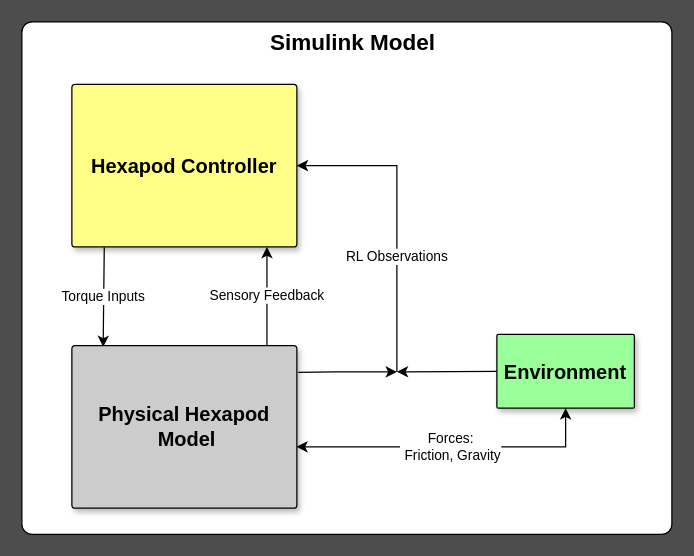
bastianklein612/Bachelor-Thesis keeps this draw.io diagram as documents/images/diagrams/HexapodModel_Overview.drawio. Above is the earlier version. Source tidied: cells renumbered, new cells numbered last; positions are measured from the earlier drawing's top-left corner, leaving out a move shared by most shapes. Both pictures are drawn from the tidied source at 125%, with x=0, y=0 at pixel (21, 21).
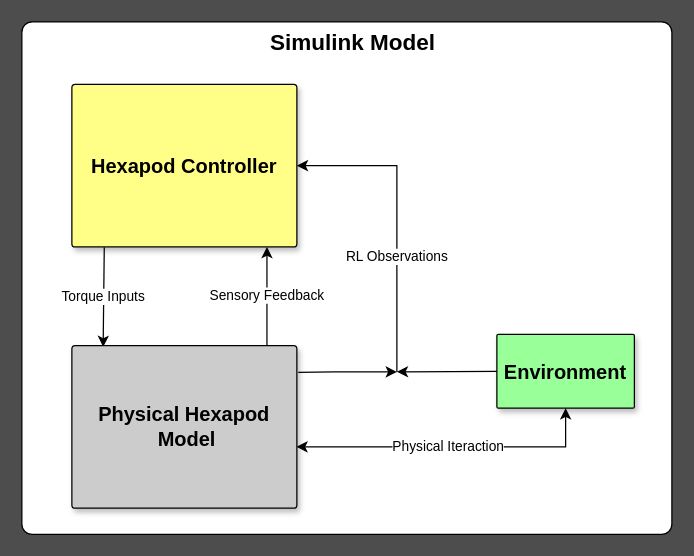
The same page after the edit.

Diff of the diagram source:
```diff
@@
 <mxGraphModel background="#4D4D4D">
   <root>
     <mxCell id="0" />
     <mxCell id="1" parent="0" />
     <mxCell id="2" value="&lt;font style=&quot;font-size: 18px;&quot;&gt;&amp;nbsp; Simulink Model&lt;/font&gt;" style="rounded=1;whiteSpace=wrap;html=1;align=center;verticalAlign=top;arcSize=2;fontStyle=1;labelBackgroundColor=none;fontColor=#000000;strokeColor=#000000;" parent="1" vertex="1">
       <mxGeometry width="520" height="410" as="geometry" />
     </mxCell>
     <mxCell id="3" value="Environment&lt;br style=&quot;font-size: 16px;&quot;&gt;" style="rounded=1;whiteSpace=wrap;html=1;align=center;verticalAlign=middle;arcSize=2;fontStyle=1;glass=0;shadow=1;fontSize=16;fontColor=#000000;strokeColor=#000000;fillColor=#99FF99;" parent="1" vertex="1">
       <mxGeometry x="380" y="250" width="110" height="59" as="geometry" />
     </mxCell>
     <mxCell id="4" value="Hexapod Controller" style="rounded=1;whiteSpace=wrap;html=1;align=center;verticalAlign=middle;arcSize=2;fontStyle=1;shadow=1;fontSize=16;fillColor=#FFFF88;fontColor=#000000;strokeColor=#000000;" parent="1" vertex="1">
       <mxGeometry x="40" y="50" width="180" height="130" as="geometry" />
     </mxCell>
-    <mxCell id="5" value="Forces:&lt;br&gt;&amp;nbsp;Friction, Gravity" style="endArrow=classic;startArrow=classic;html=1;rounded=0;exitX=0.998;exitY=0.623;exitDx=0;exitDy=0;entryX=0.5;entryY=1;entryDx=0;entryDy=0;verticalAlign=middle;align=center;exitPerimeter=0;fontColor=#000000;" parent="1" edge="1" source="8" target="3">
-      <mxGeometry relative="1" as="geometry">
+    <mxCell id="5" value="Physical Iteraction" style="endArrow=classic;startArrow=classic;html=1;rounded=0;exitX=0.998;exitY=0.623;exitDx=0;exitDy=0;entryX=0.5;entryY=1;entryDx=0;entryDy=0;verticalAlign=middle;align=center;exitPerimeter=0;fontColor=#000000;" parent="1" edge="1" source="8" target="3">
+      <mxGeometry x="-0.02" relative="1" as="geometry">
         <Array as="points">
           <mxPoint x="305" y="340" />
           <mxPoint x="435" y="340" />
         </Array>
       </mxGeometry>
     </mxCell>
     <mxCell id="6" value="Torque Inputs" style="endArrow=classic;html=1;rounded=0;entryX=0.139;entryY=0.008;entryDx=0;entryDy=0;exitX=0.144;exitY=1.002;exitDx=0;exitDy=0;align=center;entryPerimeter=0;exitPerimeter=0;fontColor=#000000;" parent="1" edge="1" source="4" target="8">
       <mxGeometry relative="1" as="geometry" />
     </mxCell>
     <mxCell id="7" value="Sensory Feedback&lt;br&gt;" style="endArrow=classic;html=1;rounded=0;entryX=0.867;entryY=1;entryDx=0;entryDy=0;exitX=0.867;exitY=0.003;exitDx=0;exitDy=0;align=center;entryPerimeter=0;exitPerimeter=0;fontColor=#000000;" parent="1" edge="1" source="8" target="4">
       <mxGeometry relative="1" as="geometry" />
     </mxCell>
     <mxCell id="8" value="Physical Hexapod&lt;br style=&quot;font-size: 16px;&quot;&gt;&amp;nbsp;Model" style="rounded=1;whiteSpace=wrap;html=1;align=center;verticalAlign=middle;arcSize=2;fontStyle=1;shadow=1;fontSize=16;fillColor=#CCCCCC;fontColor=#000000;strokeColor=#000000;" parent="1" vertex="1">
       <mxGeometry x="40" y="259" width="180" height="130" as="geometry" />
     </mxCell>
     <mxCell id="9" value="RL Observations" style="endArrow=classic;html=1;rounded=0;entryX=1;entryY=0.5;entryDx=0;entryDy=0;fontColor=#000000;" parent="1" edge="1" target="4">
       <mxGeometry x="-0.25" relative="1" as="geometry">
         <mxPoint x="300" y="280" as="sourcePoint" />
         <Array as="points">
           <mxPoint x="300" y="115" />
         </Array>
       </mxGeometry>
     </mxCell>
     <mxCell id="10" style="endArrow=classic;html=1;rounded=0;exitX=1.006;exitY=0.164;exitDx=0;exitDy=0;exitPerimeter=0;fontColor=#000000;" parent="1" edge="1" source="8">
       <mxGeometry relative="1" as="geometry">
         <mxPoint x="300" y="280" as="targetPoint" />
         <Array as="points">
           <mxPoint x="250" y="280" />
         </Array>
       </mxGeometry>
     </mxCell>
     <mxCell id="11" style="endArrow=classic;html=1;rounded=0;exitX=0;exitY=0.5;exitDx=0;exitDy=0;fontColor=#000000;" parent="1" edge="1" source="3">
       <mxGeometry relative="1" as="geometry">
         <mxPoint x="300" y="280" as="targetPoint" />
       </mxGeometry>
     </mxCell>
   </root>
 </mxGraphModel>
```
